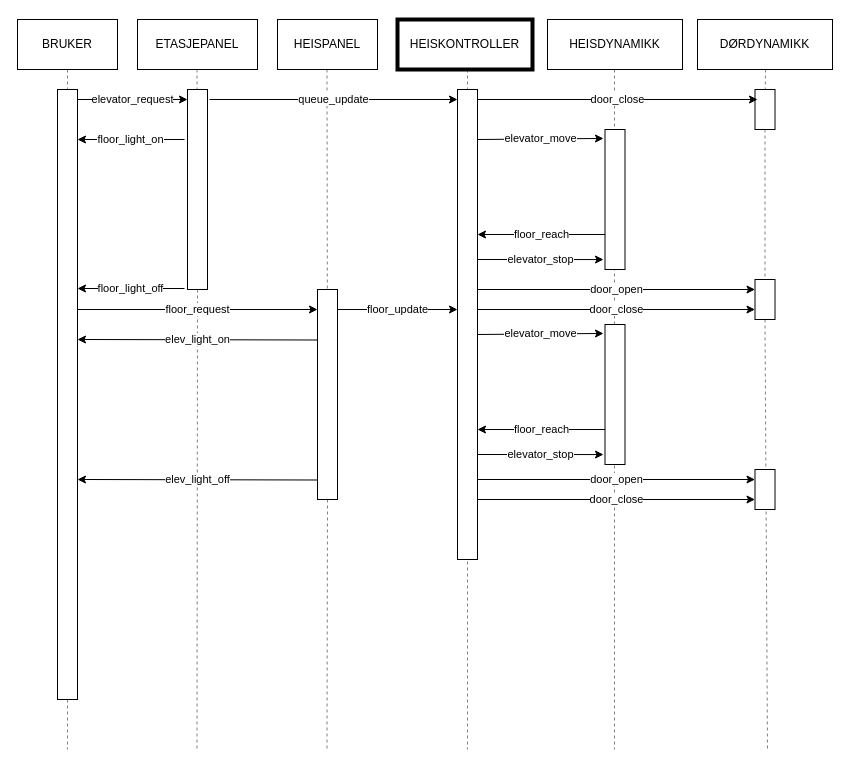
Above: page "Sekvensdiagram" (1 of 2) of Media/sekvensdiagram.drawio in sjur2k/heislab_V2024 (draw.io), before the change. Source tidied: cells renumbered, new cells numbered last; positions are measured from the earlier drawing's top-left corner, leaving out a move shared by most shapes. Both pictures are drawn from the tidied source at 100%, with x=0, y=0 at pixel (17, 19).
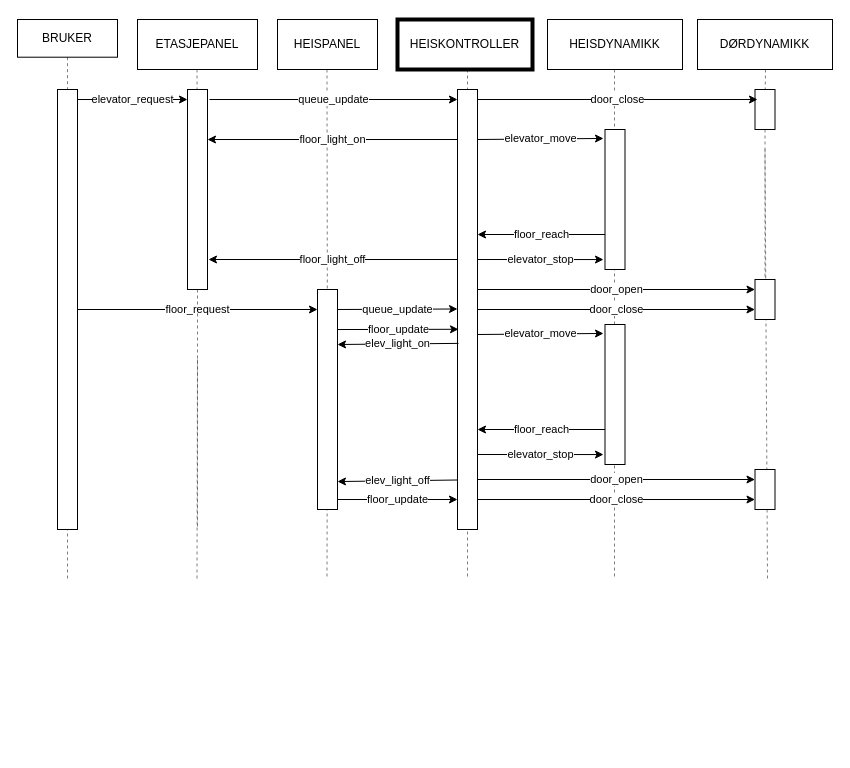
Above is the later version.

Unchanged cells that the change refers to:
```xml
<mxCell id="36" style="rounded=0;whiteSpace=wrap;html=1;" parent="1" vertex="1">
  <mxGeometry x="737.5" y="260" width="20" height="40" as="geometry" />
</mxCell>
<mxCell id="37" style="rounded=0;whiteSpace=wrap;html=1;" parent="1" vertex="1">
  <mxGeometry x="170" y="70" width="20" height="200" as="geometry" />
</mxCell>
```

Diff of the diagram source:
```diff
@@
-    <mxCell id="6" style="endArrow=none;dashed=1;html=1;rounded=0;exitX=0.5;exitY=1;exitDx=0;exitDy=0;startArrow=none;opacity=50;" parent="1" edge="1" source="11">
+    <mxCell id="6" style="endArrow=none;dashed=1;html=1;rounded=0;exitX=0.5;exitY=1;exitDx=0;exitDy=0;startArrow=none;opacity=50;" parent="1" edge="1">
       <mxGeometry relative="1" as="geometry">
-        <mxPoint x="309.5" y="730" as="targetPoint" />
+        <mxPoint x="310" y="320" as="sourcePoint" />
+        <mxPoint x="309.5" y="560" as="targetPoint" />
       </mxGeometry>
     </mxCell>
-    <mxCell id="7" style="endArrow=none;dashed=1;html=1;rounded=0;exitX=0.5;exitY=1;exitDx=0;exitDy=0;opacity=50;" parent="1" edge="1">
+    <mxCell id="7" style="endArrow=none;dashed=1;html=1;rounded=0;opacity=50;" parent="1" edge="1">
       <mxGeometry relative="1" as="geometry">
         <mxPoint x="450" y="50" as="sourcePoint" />
-        <mxPoint x="450" y="730" as="targetPoint" />
+        <mxPoint x="450" y="560" as="targetPoint" />
       </mxGeometry>
     </mxCell>
-    <mxCell id="8" style="endArrow=none;dashed=1;html=1;rounded=0;exitX=0.5;exitY=1;exitDx=0;exitDy=0;opacity=50;" parent="1" edge="1">
+    <mxCell id="8" style="endArrow=none;dashed=1;html=1;rounded=0;opacity=50;" parent="1" edge="1">
       <mxGeometry relative="1" as="geometry">
         <mxPoint x="597" y="50" as="sourcePoint" />
-        <mxPoint x="597" y="730" as="targetPoint" />
+        <mxPoint x="597" y="560" as="targetPoint" />
       </mxGeometry>
     </mxCell>
-    <mxCell id="9" style="endArrow=none;dashed=1;html=1;rounded=0;exitX=0.5;exitY=1;exitDx=0;exitDy=0;startArrow=none;opacity=50;" parent="1" edge="1" source="36">
+    <mxCell id="9" style="endArrow=none;dashed=1;html=1;rounded=0;exitX=0.5;exitY=1;exitDx=0;exitDy=0;startArrow=none;opacity=50;" parent="1" edge="1">
       <mxGeometry relative="1" as="geometry">
-        <mxPoint x="750" y="730" as="targetPoint" />
+        <mxPoint x="747.5" y="130" as="sourcePoint" />
+        <mxPoint x="750" y="560" as="targetPoint" />
       </mxGeometry>
     </mxCell>
@@
     <mxCell id="11" style="rounded=0;whiteSpace=wrap;html=1;" parent="1" vertex="1">
-      <mxGeometry x="300" y="270" width="20" height="210" as="geometry" />
+      <mxGeometry x="300" y="270" width="20" height="220" as="geometry" />
     </mxCell>
@@
-    <mxCell id="13" style="group;" parent="1" vertex="1">
-      <mxGeometry width="100" height="730" as="geometry" />
-    </mxCell>
-    <mxCell id="14" value="BRUKER" style="rounded=0;whiteSpace=wrap;html=1;" parent="13" vertex="1">
-      <mxGeometry width="100" height="50" as="geometry" />
-    </mxCell>
-    <mxCell id="15" style="endArrow=none;dashed=1;html=1;rounded=0;exitX=0.5;exitY=1;exitDx=0;exitDy=0;startArrow=none;opacity=50;" parent="13" edge="1" source="17">
-      <mxGeometry relative="1" as="geometry">
-        <mxPoint x="50" y="730" as="targetPoint" />
-      </mxGeometry>
-    </mxCell>
-    <mxCell id="16" style="endArrow=none;dashed=1;html=1;rounded=0;exitX=0.5;exitY=1;exitDx=0;exitDy=0;opacity=50;" parent="13" edge="1" source="14" target="17">
-      <mxGeometry relative="1" as="geometry" />
-    </mxCell>
-    <mxCell id="17" style="rounded=0;whiteSpace=wrap;html=1;" parent="13" vertex="1">
-      <mxGeometry x="40" y="70" width="20" height="610" as="geometry" />
-    </mxCell>
-    <mxCell id="18" value="elevator_request" style="edgeStyle=none;orthogonalLoop=1;jettySize=auto;html=1;rounded=0;" parent="13" edge="1">
-      <mxGeometry relative="1" as="geometry">
-        <mxPoint x="60" y="80" as="sourcePoint" />
-        <mxPoint x="170" y="80" as="targetPoint" />
-      </mxGeometry>
-    </mxCell>
@@
-    <mxCell id="20" style="endArrow=none;dashed=1;html=1;rounded=0;exitX=0.5;exitY=1;exitDx=0;exitDy=0;startArrow=none;opacity=50;" parent="1" edge="1" source="37">
+    <mxCell id="20" style="endArrow=none;dashed=1;html=1;rounded=0;exitX=0.5;exitY=1;exitDx=0;exitDy=0;startArrow=none;opacity=50;" parent="1" edge="1">
       <mxGeometry relative="1" as="geometry">
-        <mxPoint x="179.5" y="730" as="targetPoint" />
+        <mxPoint x="180" y="340" as="sourcePoint" />
+        <mxPoint x="179.5" y="560" as="targetPoint" />
       </mxGeometry>
     </mxCell>
@@
-    <mxCell id="23" value="floor_light_on" style="endArrow=classic;html=1;rounded=0;exitX=-0.15;exitY=0.2;exitDx=0;exitDy=0;exitPerimeter=0;" parent="1" edge="1">
+    <mxCell id="23" value="floor_light_on" style="endArrow=classic;html=1;rounded=0;exitX=-0.15;exitY=0.2;exitDx=0;exitDy=0;exitPerimeter=0;entryX=1;entryY=0.25;entryDx=0;entryDy=0;" parent="1" edge="1" target="37">
       <mxGeometry relative="1" as="geometry">
-        <mxPoint x="167" y="120" as="sourcePoint" />
-        <mxPoint x="60" y="120" as="targetPoint" />
+        <mxPoint x="440" y="120" as="sourcePoint" />
       </mxGeometry>
     </mxCell>
@@
     <mxCell id="25" style="rounded=0;whiteSpace=wrap;html=1;" parent="1" vertex="1">
-      <mxGeometry x="440" y="70" width="20" height="470" as="geometry" />
+      <mxGeometry x="440" y="70" width="20" height="440" as="geometry" />
     </mxCell>
@@
-    <mxCell id="39" value="elev_light_on" style="edgeStyle=none;orthogonalLoop=1;jettySize=auto;html=1;rounded=0;" parent="1" edge="1">
+    <mxCell id="39" value="elev_light_on" style="edgeStyle=none;jettySize=auto;html=1;rounded=0;exitX=0.05;exitY=0.577;exitDx=0;exitDy=0;exitPerimeter=0;" parent="1" edge="1" source="25">
       <mxGeometry relative="1" as="geometry">
-        <mxPoint x="300" y="320.5" as="sourcePoint" />
-        <mxPoint x="60" y="320" as="targetPoint" />
+        <mxPoint x="320" y="325" as="targetPoint" />
       </mxGeometry>
     </mxCell>
-    <mxCell id="40" value="floor_light_off" style="endArrow=classic;html=1;rounded=0;exitX=-0.15;exitY=0.2;exitDx=0;exitDy=0;exitPerimeter=0;" parent="1" edge="1">
+    <mxCell id="40" value="floor_light_off" style="endArrow=classic;html=1;rounded=0;exitX=-0.15;exitY=0.2;exitDx=0;exitDy=0;exitPerimeter=0;entryX=1.05;entryY=0.85;entryDx=0;entryDy=0;entryPerimeter=0;" parent="1" edge="1" target="37">
       <mxGeometry relative="1" as="geometry">
-        <mxPoint x="167" y="269" as="sourcePoint" />
-        <mxPoint x="60" y="269" as="targetPoint" />
+        <mxPoint x="440" y="240" as="sourcePoint" />
       </mxGeometry>
     </mxCell>
-    <mxCell id="41" value="&lt;div&gt;elev_light_off&lt;/div&gt;" style="edgeStyle=none;orthogonalLoop=1;jettySize=auto;html=1;rounded=0;" parent="1" edge="1">
+    <mxCell id="41" value="&lt;div&gt;elev_light_off&lt;/div&gt;" style="edgeStyle=none;jettySize=auto;html=1;rounded=0;entryX=1;entryY=0.873;entryDx=0;entryDy=0;entryPerimeter=0;" parent="1" edge="1" target="11">
       <mxGeometry relative="1" as="geometry">
-        <mxPoint x="300" y="460.5" as="sourcePoint" />
-        <mxPoint x="60" y="460" as="targetPoint" />
+        <mxPoint x="440" y="460.5" as="sourcePoint" />
       </mxGeometry>
     </mxCell>
@@
-    <mxCell id="49" value="floor_update" style="edgeStyle=none;orthogonalLoop=1;jettySize=auto;html=1;rounded=0;exitX=1.1;exitY=0.04;exitDx=0;exitDy=0;exitPerimeter=0;" parent="1" edge="1">
-      <mxGeometry relative="1" as="geometry">
-        <mxPoint x="320" y="290" as="sourcePoint" />
-        <mxPoint x="440" y="290" as="targetPoint" />
-      </mxGeometry>
+    <mxCell id="49" value="floor_update" style="edgeStyle=none;jettySize=auto;html=1;rounded=0;exitX=1;exitY=0.182;exitDx=0;exitDy=0;exitPerimeter=0;entryX=0.05;entryY=0.545;entryDx=0;entryDy=0;entryPerimeter=0;" parent="1" edge="1" source="11" target="25">
+      <mxGeometry relative="1" as="geometry" />
     </mxCell>
+    <mxCell id="14" value="BRUKER" style="rounded=0;whiteSpace=wrap;html=1;" parent="1" vertex="1">
+      <mxGeometry width="100" height="37.7" as="geometry" />
+    </mxCell>
+    <mxCell id="15" style="endArrow=none;dashed=1;html=1;rounded=0;exitX=0.5;exitY=1;exitDx=0;exitDy=0;startArrow=none;opacity=50;" parent="1" edge="1">
+      <mxGeometry relative="1" as="geometry">
+        <mxPoint x="50" y="340" as="sourcePoint" />
+        <mxPoint x="50" y="560" as="targetPoint" />
+      </mxGeometry>
+    </mxCell>
+    <mxCell id="16" style="endArrow=none;dashed=1;html=1;rounded=0;exitX=0.5;exitY=1;exitDx=0;exitDy=0;opacity=50;" parent="1" edge="1" source="14" target="17">
+      <mxGeometry relative="1" as="geometry" />
+    </mxCell>
+    <mxCell id="17" style="rounded=0;whiteSpace=wrap;html=1;" parent="1" vertex="1">
+      <mxGeometry x="40" y="70" width="20" height="440" as="geometry" />
+    </mxCell>
+    <mxCell id="18" value="elevator_request" style="edgeStyle=none;orthogonalLoop=1;jettySize=auto;html=1;rounded=0;" parent="1" edge="1">
+      <mxGeometry relative="1" as="geometry">
+        <mxPoint x="60" y="80" as="sourcePoint" />
+        <mxPoint x="170" y="80" as="targetPoint" />
+      </mxGeometry>
+    </mxCell>
+    <mxCell id="50" style="edgeStyle=orthogonalEdgeStyle;rounded=0;orthogonalLoop=1;jettySize=auto;html=1;exitX=0.5;exitY=1;exitDx=0;exitDy=0;" parent="1" edge="1" source="17" target="17">
+      <mxGeometry relative="1" as="geometry" />
+    </mxCell>
+    <mxCell id="51" value="queue_update" style="edgeStyle=none;orthogonalLoop=1;jettySize=auto;html=1;rounded=0;" parent="1" edge="1">
+      <mxGeometry relative="1" as="geometry">
+        <mxPoint x="320" y="290" as="sourcePoint" />
+        <mxPoint x="440" y="289.5" as="targetPoint" />
+      </mxGeometry>
+    </mxCell>
+    <mxCell id="52" style="endArrow=none;dashed=1;html=1;rounded=0;exitX=0.5;exitY=1;exitDx=0;exitDy=0;startArrow=none;opacity=50;" parent="1" edge="1" source="37">
+      <mxGeometry relative="1" as="geometry">
+        <mxPoint x="180" y="510" as="targetPoint" />
+      </mxGeometry>
+    </mxCell>
+    <mxCell id="53" value="floor_update" style="edgeStyle=none;orthogonalLoop=1;jettySize=auto;html=1;rounded=0;exitX=1.1;exitY=0.04;exitDx=0;exitDy=0;exitPerimeter=0;" parent="1" edge="1">
+      <mxGeometry relative="1" as="geometry">
+        <mxPoint x="320" y="480" as="sourcePoint" />
+        <mxPoint x="440" y="480" as="targetPoint" />
+      </mxGeometry>
+    </mxCell>
```
